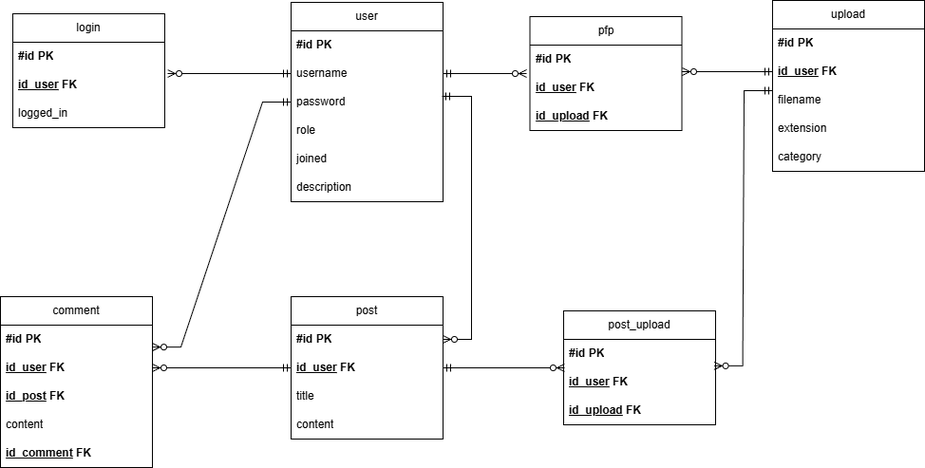
Earlier version of the draw.io export app/backend/db/ER_Diagram.png (BasilGolightly/RPO-App-TopSkupina). Source tidied: cells renumbered, new cells last; positions are measured from the earlier drawing's top-left corner, leaving out a move shared by most shapes.
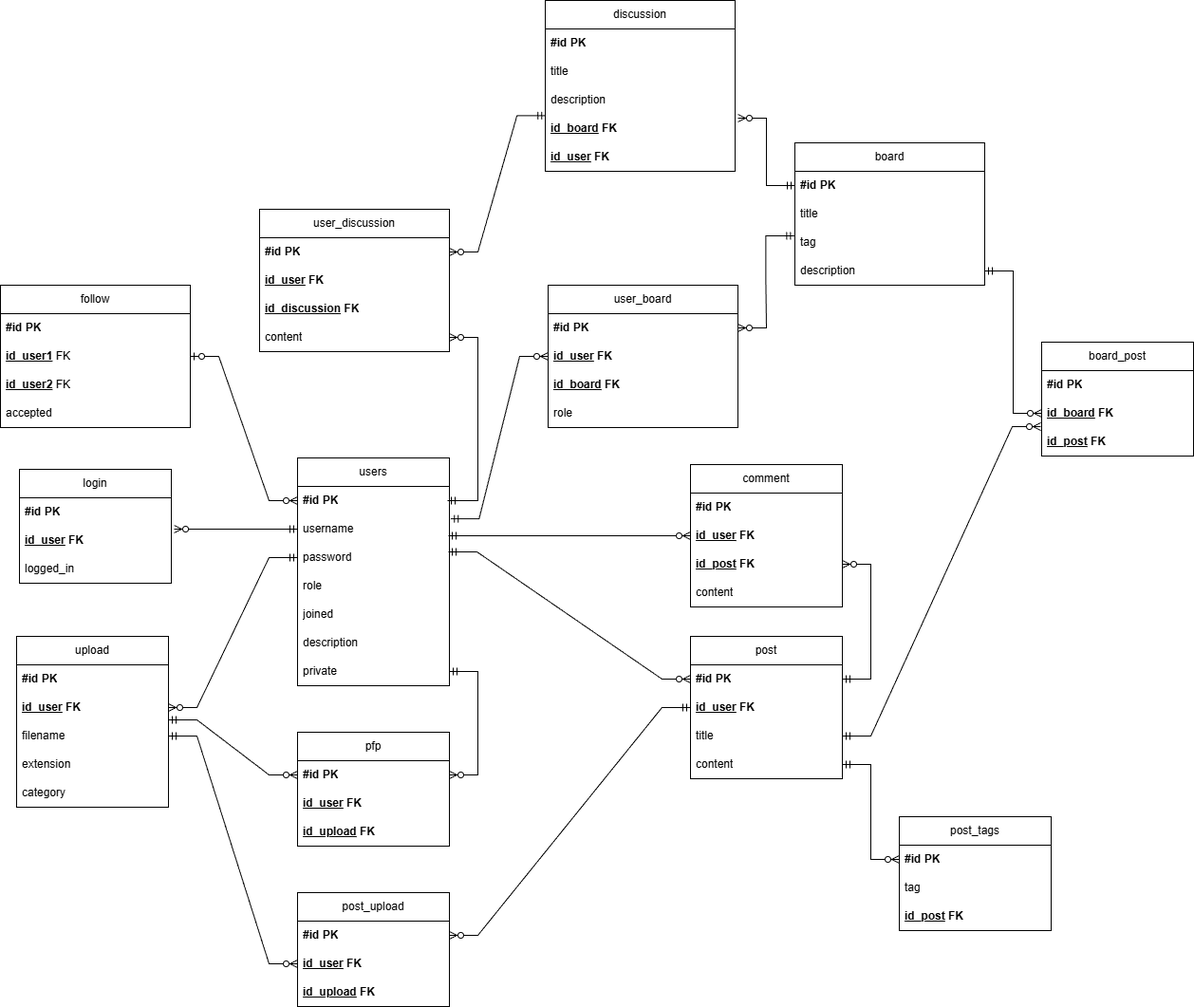
The same file after the commit.

Commit message:
Nov ER diagram, SQL skripta

What changed in the source:
```diff
@@ -4,4 +4,4 @@
     <mxCell id="1" parent="0" />
-    <mxCell id="2" value="user" style="swimlane;fontStyle=0;horizontal=1;startSize=30;whiteSpace=wrap;html=1;" parent="1" vertex="1">
-      <mxGeometry x="306" y="2" width="160" height="210" as="geometry" />
+    <mxCell id="2" value="users" style="swimlane;fontStyle=0;horizontal=1;startSize=30;whiteSpace=wrap;html=1;" parent="1" vertex="1">
+      <mxGeometry x="309" y="324" width="160" height="240" as="geometry" />
     </mxCell>
@@ -25,4 +25,7 @@
     </mxCell>
+    <mxCell id="46" value="private" style="text;strokeColor=none;fillColor=none;align=left;verticalAlign=middle;spacingLeft=4;spacingRight=4;overflow=hidden;points=[[0,0.5],[1,0.5]];portConstraint=eastwest;whiteSpace=wrap;html=1;" parent="2" vertex="1">
+      <mxGeometry y="210" width="160" height="30" as="geometry" />
+    </mxCell>
     <mxCell id="9" value="login" style="swimlane;fontStyle=0;horizontal=1;startSize=30;whiteSpace=wrap;html=1;" parent="1" vertex="1">
-      <mxGeometry x="13" y="14" width="160" height="120" as="geometry" />
+      <mxGeometry x="16" y="336" width="160" height="120" as="geometry" />
     </mxCell>
@@ -38,3 +41,3 @@
     <mxCell id="13" value="upload" style="swimlane;fontStyle=0;horizontal=1;startSize=30;whiteSpace=wrap;html=1;" parent="1" vertex="1">
-      <mxGeometry x="813" width="160" height="180" as="geometry" />
+      <mxGeometry x="13" y="512" width="160" height="180" as="geometry" />
     </mxCell>
@@ -56,3 +59,3 @@
     <mxCell id="19" value="post" style="swimlane;fontStyle=0;horizontal=1;startSize=30;whiteSpace=wrap;html=1;" parent="1" vertex="1">
-      <mxGeometry x="306" y="312" width="160" height="150" as="geometry" />
+      <mxGeometry x="723" y="512" width="160" height="150" as="geometry" />
     </mxCell>
@@ -74,3 +77,3 @@
     <mxCell id="25" value="post_upload" style="swimlane;fontStyle=0;horizontal=1;startSize=30;whiteSpace=wrap;html=1;" parent="1" vertex="1">
-      <mxGeometry x="593" y="327" width="160" height="120" as="geometry" />
+      <mxGeometry x="309" y="782" width="160" height="120" as="geometry" />
     </mxCell>
@@ -85,10 +88,4 @@
     </mxCell>
-    <mxCell id="29" style="edgeStyle=entityRelationEdgeStyle;fontSize=12;html=1;endArrow=ERzeroToMany;startArrow=ERmandOne;rounded=0;exitX=1;exitY=0.5;exitDx=0;exitDy=0;entryX=0.006;entryY=0;entryDx=0;entryDy=0;entryPerimeter=0;" parent="1" edge="1" source="21" target="27">
-      <mxGeometry relative="1" as="geometry" />
-    </mxCell>
-    <mxCell id="30" style="edgeStyle=entityRelationEdgeStyle;fontSize=12;html=1;endArrow=ERzeroToMany;startArrow=ERmandOne;rounded=0;exitX=0;exitY=0.167;exitDx=0;exitDy=0;entryX=0.991;entryY=-0.069;entryDx=0;entryDy=0;entryPerimeter=0;exitPerimeter=0;" parent="1" edge="1" source="16" target="27">
-      <mxGeometry relative="1" as="geometry" />
-    </mxCell>
     <mxCell id="31" value="comment" style="swimlane;fontStyle=0;horizontal=1;startSize=30;whiteSpace=wrap;html=1;" parent="1" vertex="1">
-      <mxGeometry y="312" width="160" height="180" as="geometry" />
+      <mxGeometry x="723" y="331" width="160" height="150" as="geometry" />
     </mxCell>
@@ -106,11 +103,2 @@
     </mxCell>
-    <mxCell id="36" value="&lt;b&gt;&lt;u&gt;id_comment&lt;/u&gt; FK&lt;/b&gt;" style="text;strokeColor=none;fillColor=none;align=left;verticalAlign=middle;spacingLeft=4;spacingRight=4;overflow=hidden;whiteSpace=wrap;html=1;" parent="31" vertex="1">
-      <mxGeometry y="150" width="160" height="30" as="geometry" />
-    </mxCell>
-    <mxCell id="37" style="edgeStyle=entityRelationEdgeStyle;fontSize=12;html=1;endArrow=ERzeroToMany;startArrow=ERmandOne;rounded=0;exitX=0;exitY=0.5;exitDx=0;exitDy=0;entryX=1;entryY=0.5;entryDx=0;entryDy=0;" parent="1" edge="1" source="21" target="33">
-      <mxGeometry relative="1" as="geometry" />
-    </mxCell>
-    <mxCell id="38" style="edgeStyle=entityRelationEdgeStyle;fontSize=12;html=1;endArrow=ERzeroToMany;startArrow=ERmandOne;rounded=0;exitX=0;exitY=0.5;exitDx=0;exitDy=0;entryX=1;entryY=0.771;entryDx=0;entryDy=0;entryPerimeter=0;" parent="1" edge="1" source="5" target="32">
-      <mxGeometry relative="1" as="geometry" />
-    </mxCell>
     <mxCell id="39" style="edgeStyle=entityRelationEdgeStyle;fontSize=12;html=1;endArrow=ERzeroToMany;startArrow=ERmandOne;rounded=0;exitX=0;exitY=0.5;exitDx=0;exitDy=0;entryX=1.019;entryY=0.1;entryDx=0;entryDy=0;entryPerimeter=0;" parent="1" edge="1" source="4" target="11">
@@ -119,3 +107,3 @@
     <mxCell id="40" value="pfp" style="swimlane;fontStyle=0;horizontal=1;startSize=30;whiteSpace=wrap;html=1;" parent="1" vertex="1">
-      <mxGeometry x="557.5" y="17" width="160" height="120" as="geometry" />
+      <mxGeometry x="309" y="613" width="160" height="120" as="geometry" />
     </mxCell>
@@ -130,8 +118,156 @@
     </mxCell>
-    <mxCell id="44" style="edgeStyle=entityRelationEdgeStyle;fontSize=12;html=1;endArrow=ERzeroToMany;startArrow=ERmandOne;rounded=0;exitX=1;exitY=0.5;exitDx=0;exitDy=0;entryX=-0.022;entryY=0;entryDx=0;entryDy=0;entryPerimeter=0;" parent="1" edge="1" source="4" target="42">
-      <mxGeometry relative="1" as="geometry" />
-    </mxCell>
-    <mxCell id="45" style="edgeStyle=entityRelationEdgeStyle;fontSize=12;html=1;endArrow=ERzeroToMany;startArrow=ERmandOne;rounded=0;exitX=0;exitY=0.5;exitDx=0;exitDy=0;entryX=1.003;entryY=-0.067;entryDx=0;entryDy=0;entryPerimeter=0;" parent="1" edge="1" source="15" target="42">
-      <mxGeometry relative="1" as="geometry" />
-    </mxCell>
+    <mxCell id="47" value="follow" style="swimlane;fontStyle=0;horizontal=1;startSize=30;whiteSpace=wrap;html=1;" parent="1" vertex="1">
+      <mxGeometry x="-4" y="142" width="200" height="150" as="geometry" />
+    </mxCell>
+    <mxCell id="48" value="&lt;b&gt;#id PK&lt;/b&gt;" style="text;strokeColor=none;fillColor=none;align=left;verticalAlign=middle;spacingLeft=4;spacingRight=4;overflow=hidden;whiteSpace=wrap;html=1;" parent="47" vertex="1">
+      <mxGeometry y="30" width="200" height="30" as="geometry" />
+    </mxCell>
+    <mxCell id="49" value="&lt;b style=&quot;text-decoration-line: underline;&quot;&gt;id_user1&lt;/b&gt;&amp;nbsp;FK" style="text;strokeColor=none;fillColor=none;align=left;verticalAlign=middle;spacingLeft=4;spacingRight=4;overflow=hidden;points=[[0,0.5],[1,0.5]];portConstraint=eastwest;whiteSpace=wrap;html=1;" parent="47" vertex="1">
+      <mxGeometry y="60" width="200" height="30" as="geometry" />
+    </mxCell>
+    <mxCell id="50" value="&lt;div&gt;&lt;b style=&quot;text-decoration-line: underline;&quot;&gt;id_user2&lt;/b&gt;&amp;nbsp;FK&lt;/div&gt;" style="text;strokeColor=none;fillColor=none;align=left;verticalAlign=middle;spacingLeft=4;spacingRight=4;overflow=hidden;whiteSpace=wrap;html=1;" parent="47" vertex="1">
+      <mxGeometry y="90" width="200" height="30" as="geometry" />
+    </mxCell>
+    <mxCell id="51" value="&lt;div&gt;accepted&lt;/div&gt;" style="text;strokeColor=none;fillColor=none;align=left;verticalAlign=middle;spacingLeft=4;spacingRight=4;overflow=hidden;whiteSpace=wrap;html=1;" parent="47" vertex="1">
+      <mxGeometry y="120" width="200" height="30" as="geometry" />
+    </mxCell>
+    <mxCell id="52" style="edgeStyle=entityRelationEdgeStyle;fontSize=12;html=1;endArrow=ERzeroToMany;startArrow=ERzeroToOne;rounded=0;entryX=0;entryY=0.5;entryDx=0;entryDy=0;exitX=1;exitY=0.5;exitDx=0;exitDy=0;" parent="1" edge="1" source="49" target="3">
+      <mxGeometry relative="1" as="geometry" />
+    </mxCell>
+    <mxCell id="53" value="board" style="swimlane;fontStyle=0;horizontal=1;startSize=30;whiteSpace=wrap;html=1;" parent="1" vertex="1">
+      <mxGeometry x="833" y="-8" width="200" height="150" as="geometry" />
+    </mxCell>
+    <mxCell id="54" value="&lt;b&gt;#id PK&lt;/b&gt;" style="text;strokeColor=none;fillColor=none;align=left;verticalAlign=middle;spacingLeft=4;spacingRight=4;overflow=hidden;points=[[0,0.5],[1,0.5]];portConstraint=eastwest;whiteSpace=wrap;html=1;" parent="53" vertex="1">
+      <mxGeometry y="30" width="200" height="30" as="geometry" />
+    </mxCell>
+    <mxCell id="55" value="title" style="text;strokeColor=none;fillColor=none;align=left;verticalAlign=middle;spacingLeft=4;spacingRight=4;overflow=hidden;whiteSpace=wrap;html=1;" parent="53" vertex="1">
+      <mxGeometry y="60" width="200" height="30" as="geometry" />
+    </mxCell>
+    <mxCell id="56" value="tag" style="text;strokeColor=none;fillColor=none;align=left;verticalAlign=middle;spacingLeft=4;spacingRight=4;overflow=hidden;points=[[0,0.5],[1,0.5]];portConstraint=eastwest;whiteSpace=wrap;html=1;" parent="53" vertex="1">
+      <mxGeometry y="90" width="200" height="30" as="geometry" />
+    </mxCell>
+    <mxCell id="57" value="description" style="text;strokeColor=none;fillColor=none;align=left;verticalAlign=middle;spacingLeft=4;spacingRight=4;overflow=hidden;points=[[0,0.5],[1,0.5]];portConstraint=eastwest;whiteSpace=wrap;html=1;" parent="53" vertex="1">
+      <mxGeometry y="120" width="200" height="30" as="geometry" />
+    </mxCell>
+    <mxCell id="58" style="edgeStyle=entityRelationEdgeStyle;fontSize=12;html=1;endArrow=ERzeroToMany;startArrow=ERmandOne;rounded=0;entryX=1;entryY=0.5;entryDx=0;entryDy=0;exitX=-0.003;exitY=0.267;exitDx=0;exitDy=0;exitPerimeter=0;" parent="1" edge="1" source="56" target="79">
+      <mxGeometry relative="1" as="geometry" />
+    </mxCell>
+    <mxCell id="59" value="discussion" style="swimlane;fontStyle=0;horizontal=1;startSize=30;whiteSpace=wrap;html=1;" parent="1" vertex="1">
+      <mxGeometry x="570" y="-158" width="200" height="180" as="geometry" />
+    </mxCell>
+    <mxCell id="60" value="&lt;b&gt;#id PK&lt;/b&gt;" style="text;strokeColor=none;fillColor=none;align=left;verticalAlign=middle;spacingLeft=4;spacingRight=4;overflow=hidden;whiteSpace=wrap;html=1;" parent="59" vertex="1">
+      <mxGeometry y="30" width="200" height="30" as="geometry" />
+    </mxCell>
+    <mxCell id="61" value="title" style="text;strokeColor=none;fillColor=none;align=left;verticalAlign=middle;spacingLeft=4;spacingRight=4;overflow=hidden;whiteSpace=wrap;html=1;" parent="59" vertex="1">
+      <mxGeometry y="60" width="200" height="30" as="geometry" />
+    </mxCell>
+    <mxCell id="62" value="description" style="text;strokeColor=none;fillColor=none;align=left;verticalAlign=middle;spacingLeft=4;spacingRight=4;overflow=hidden;whiteSpace=wrap;html=1;" parent="59" vertex="1">
+      <mxGeometry y="90" width="200" height="30" as="geometry" />
+    </mxCell>
+    <mxCell id="63" value="&lt;div&gt;&lt;u style=&quot;font-weight: bold;&quot;&gt;id_board&lt;/u&gt;&lt;span style=&quot;font-weight: bold;&quot;&gt;&amp;nbsp;FK&lt;/span&gt;&lt;/div&gt;" style="text;strokeColor=none;fillColor=none;align=left;verticalAlign=middle;spacingLeft=4;spacingRight=4;overflow=hidden;points=[[0,0.5],[1,0.5]];portConstraint=eastwest;whiteSpace=wrap;html=1;" parent="59" vertex="1">
+      <mxGeometry y="120" width="200" height="30" as="geometry" />
+    </mxCell>
+    <mxCell id="64" value="&lt;div&gt;&lt;u style=&quot;font-weight: bold;&quot;&gt;id_user&lt;/u&gt;&lt;span style=&quot;font-weight: bold;&quot;&gt;&amp;nbsp;FK&lt;/span&gt;&lt;/div&gt;" style="text;strokeColor=none;fillColor=none;align=left;verticalAlign=middle;spacingLeft=4;spacingRight=4;overflow=hidden;whiteSpace=wrap;html=1;" parent="59" vertex="1">
+      <mxGeometry y="150" width="200" height="30" as="geometry" />
+    </mxCell>
+    <mxCell id="65" style="edgeStyle=entityRelationEdgeStyle;fontSize=12;html=1;endArrow=ERzeroToMany;startArrow=ERmandOne;rounded=0;exitX=0;exitY=0.5;exitDx=0;exitDy=0;entryX=1;entryY=0.5;entryDx=0;entryDy=0;" parent="1" edge="1" source="5" target="15">
+      <mxGeometry relative="1" as="geometry" />
+    </mxCell>
+    <mxCell id="66" style="edgeStyle=entityRelationEdgeStyle;fontSize=12;html=1;endArrow=ERzeroToMany;startArrow=ERmandOne;rounded=0;entryX=1;entryY=0.5;entryDx=0;entryDy=0;exitX=1;exitY=0.5;exitDx=0;exitDy=0;" parent="1" edge="1" source="46" target="41">
+      <mxGeometry relative="1" as="geometry" />
+    </mxCell>
+    <mxCell id="67" style="edgeStyle=entityRelationEdgeStyle;fontSize=12;html=1;endArrow=ERzeroToMany;startArrow=ERmandOne;rounded=0;entryX=0;entryY=0.5;entryDx=0;entryDy=0;" parent="1" edge="1" target="41">
+      <mxGeometry relative="1" as="geometry">
+        <mxPoint x="173" y="600" as="sourcePoint" />
+      </mxGeometry>
+    </mxCell>
+    <mxCell id="68" style="edgeStyle=entityRelationEdgeStyle;fontSize=12;html=1;endArrow=ERzeroToMany;startArrow=ERmandOne;rounded=0;entryX=1;entryY=0.5;entryDx=0;entryDy=0;exitX=0;exitY=0.5;exitDx=0;exitDy=0;" parent="1" edge="1" source="21" target="26">
+      <mxGeometry relative="1" as="geometry" />
+    </mxCell>
+    <mxCell id="30" style="edgeStyle=entityRelationEdgeStyle;fontSize=12;html=1;endArrow=ERzeroToMany;startArrow=ERmandOne;rounded=0;entryX=0;entryY=0.5;entryDx=0;entryDy=0;exitX=1;exitY=0.5;exitDx=0;exitDy=0;" parent="1" edge="1" source="16" target="27">
+      <mxGeometry relative="1" as="geometry" />
+    </mxCell>
+    <mxCell id="69" style="edgeStyle=entityRelationEdgeStyle;fontSize=12;html=1;endArrow=ERzeroToMany;startArrow=ERmandOne;rounded=0;entryX=1;entryY=0.5;entryDx=0;entryDy=0;exitX=1;exitY=0.5;exitDx=0;exitDy=0;" parent="1" edge="1" source="20" target="34">
+      <mxGeometry relative="1" as="geometry" />
+    </mxCell>
+    <mxCell id="70" style="edgeStyle=entityRelationEdgeStyle;fontSize=12;html=1;endArrow=ERzeroToMany;startArrow=ERmandOne;rounded=0;exitX=0.994;exitY=0.733;exitDx=0;exitDy=0;exitPerimeter=0;entryX=0;entryY=0.5;entryDx=0;entryDy=0;" parent="1" edge="1" source="4" target="33">
+      <mxGeometry relative="1" as="geometry" />
+    </mxCell>
+    <mxCell id="71" value="board_post" style="swimlane;fontStyle=0;horizontal=1;startSize=30;whiteSpace=wrap;html=1;" parent="1" vertex="1">
+      <mxGeometry x="1093" y="202" width="160" height="120" as="geometry" />
+    </mxCell>
+    <mxCell id="72" value="&lt;b&gt;#id PK&lt;/b&gt;" style="text;strokeColor=none;fillColor=none;align=left;verticalAlign=middle;spacingLeft=4;spacingRight=4;overflow=hidden;whiteSpace=wrap;html=1;" parent="71" vertex="1">
+      <mxGeometry y="30" width="160" height="30" as="geometry" />
+    </mxCell>
+    <mxCell id="73" value="&lt;b&gt;&lt;u&gt;id_board&lt;/u&gt; FK&lt;/b&gt;" style="text;strokeColor=none;fillColor=none;align=left;verticalAlign=middle;spacingLeft=4;spacingRight=4;overflow=hidden;points=[[0,0.5],[1,0.5]];portConstraint=eastwest;whiteSpace=wrap;html=1;" parent="71" vertex="1">
+      <mxGeometry y="60" width="160" height="30" as="geometry" />
+    </mxCell>
+    <mxCell id="74" value="&lt;b&gt;&lt;u&gt;id_post&lt;/u&gt;&amp;nbsp;FK&lt;/b&gt;" style="text;strokeColor=none;fillColor=none;align=left;verticalAlign=middle;spacingLeft=4;spacingRight=4;overflow=hidden;whiteSpace=wrap;html=1;" parent="71" vertex="1">
+      <mxGeometry y="90" width="160" height="30" as="geometry" />
+    </mxCell>
+    <mxCell id="75" style="edgeStyle=entityRelationEdgeStyle;fontSize=12;html=1;endArrow=ERzeroToMany;startArrow=ERmandOne;rounded=0;exitX=0;exitY=0.5;exitDx=0;exitDy=0;entryX=1.015;entryY=0.133;entryDx=0;entryDy=0;entryPerimeter=0;" parent="1" edge="1" source="54" target="63">
+      <mxGeometry relative="1" as="geometry" />
+    </mxCell>
+    <mxCell id="76" style="edgeStyle=entityRelationEdgeStyle;fontSize=12;html=1;endArrow=ERzeroToMany;startArrow=ERmandOne;rounded=0;exitX=1;exitY=0.5;exitDx=0;exitDy=0;entryX=-0.006;entryY=0.967;entryDx=0;entryDy=0;entryPerimeter=0;" parent="1" edge="1" source="22" target="73">
+      <mxGeometry relative="1" as="geometry" />
+    </mxCell>
+    <mxCell id="77" style="edgeStyle=entityRelationEdgeStyle;fontSize=12;html=1;endArrow=ERzeroToMany;startArrow=ERmandOne;rounded=0;exitX=1;exitY=0.5;exitDx=0;exitDy=0;entryX=0;entryY=0.5;entryDx=0;entryDy=0;" parent="1" edge="1" source="57" target="73">
+      <mxGeometry relative="1" as="geometry" />
+    </mxCell>
+    <mxCell id="78" value="user_board" style="swimlane;fontStyle=0;horizontal=1;startSize=30;whiteSpace=wrap;html=1;" parent="1" vertex="1">
+      <mxGeometry x="573" y="142" width="200" height="150" as="geometry" />
+    </mxCell>
+    <mxCell id="79" value="&lt;b&gt;#id PK&lt;/b&gt;" style="text;strokeColor=none;fillColor=none;align=left;verticalAlign=middle;spacingLeft=4;spacingRight=4;overflow=hidden;points=[[0,0.5],[1,0.5]];portConstraint=eastwest;whiteSpace=wrap;html=1;" parent="78" vertex="1">
+      <mxGeometry y="30" width="200" height="30" as="geometry" />
+    </mxCell>
+    <mxCell id="80" value="&lt;div&gt;&lt;u style=&quot;font-weight: bold;&quot;&gt;id_user&lt;/u&gt;&lt;span style=&quot;font-weight: bold;&quot;&gt;&amp;nbsp;FK&lt;/span&gt;&lt;/div&gt;" style="text;strokeColor=none;fillColor=none;align=left;verticalAlign=middle;spacingLeft=4;spacingRight=4;overflow=hidden;points=[[0,0.5],[1,0.5]];portConstraint=eastwest;whiteSpace=wrap;html=1;" parent="78" vertex="1">
+      <mxGeometry y="60" width="200" height="30" as="geometry" />
+    </mxCell>
+    <mxCell id="81" value="&lt;b&gt;&lt;u&gt;id_board&lt;/u&gt; FK&lt;/b&gt;" style="text;strokeColor=none;fillColor=none;align=left;verticalAlign=middle;spacingLeft=4;spacingRight=4;overflow=hidden;whiteSpace=wrap;html=1;" parent="78" vertex="1">
+      <mxGeometry y="90" width="200" height="30" as="geometry" />
+    </mxCell>
+    <mxCell id="82" value="&lt;div&gt;role&lt;/div&gt;" style="text;strokeColor=none;fillColor=none;align=left;verticalAlign=middle;spacingLeft=4;spacingRight=4;overflow=hidden;whiteSpace=wrap;html=1;" parent="78" vertex="1">
+      <mxGeometry y="120" width="200" height="30" as="geometry" />
+    </mxCell>
+    <mxCell id="83" style="edgeStyle=entityRelationEdgeStyle;fontSize=12;html=1;endArrow=ERzeroToMany;startArrow=ERmandOne;rounded=0;exitX=1.008;exitY=0.137;exitDx=0;exitDy=0;entryX=0;entryY=0.5;entryDx=0;entryDy=0;exitPerimeter=0;" parent="1" edge="1" source="4" target="80">
+      <mxGeometry relative="1" as="geometry" />
+    </mxCell>
+    <mxCell id="84" value="user_discussion" style="swimlane;fontStyle=0;horizontal=1;startSize=30;whiteSpace=wrap;html=1;" parent="1" vertex="1">
+      <mxGeometry x="269" y="62" width="200" height="150" as="geometry" />
+    </mxCell>
+    <mxCell id="85" value="&lt;b&gt;#id PK&lt;/b&gt;" style="text;strokeColor=none;fillColor=none;align=left;verticalAlign=middle;spacingLeft=4;spacingRight=4;overflow=hidden;points=[[0,0.5],[1,0.5]];portConstraint=eastwest;whiteSpace=wrap;html=1;" parent="84" vertex="1">
+      <mxGeometry y="30" width="200" height="30" as="geometry" />
+    </mxCell>
+    <mxCell id="86" value="&lt;div&gt;&lt;u style=&quot;font-weight: bold;&quot;&gt;id_user&lt;/u&gt;&lt;span style=&quot;font-weight: bold;&quot;&gt;&amp;nbsp;FK&lt;/span&gt;&lt;/div&gt;" style="text;strokeColor=none;fillColor=none;align=left;verticalAlign=middle;spacingLeft=4;spacingRight=4;overflow=hidden;whiteSpace=wrap;html=1;" parent="84" vertex="1">
+      <mxGeometry y="60" width="200" height="30" as="geometry" />
+    </mxCell>
+    <mxCell id="87" value="&lt;b&gt;&lt;u&gt;id_discussion&lt;/u&gt; FK&lt;/b&gt;" style="text;strokeColor=none;fillColor=none;align=left;verticalAlign=middle;spacingLeft=4;spacingRight=4;overflow=hidden;whiteSpace=wrap;html=1;" parent="84" vertex="1">
+      <mxGeometry y="90" width="200" height="30" as="geometry" />
+    </mxCell>
+    <mxCell id="88" value="&lt;div&gt;content&lt;/div&gt;" style="text;strokeColor=none;fillColor=none;align=left;verticalAlign=middle;spacingLeft=4;spacingRight=4;overflow=hidden;points=[[0,0.5],[1,0.5]];portConstraint=eastwest;whiteSpace=wrap;html=1;" parent="84" vertex="1">
+      <mxGeometry y="120" width="200" height="30" as="geometry" />
+    </mxCell>
+    <mxCell id="89" style="edgeStyle=entityRelationEdgeStyle;fontSize=12;html=1;endArrow=ERzeroToMany;startArrow=ERmandOne;rounded=0;exitX=1;exitY=0.5;exitDx=0;exitDy=0;" parent="1" edge="1" target="88">
+      <mxGeometry relative="1" as="geometry">
+        <mxPoint x="467" y="369" as="sourcePoint" />
+      </mxGeometry>
+    </mxCell>
+    <mxCell id="90" style="edgeStyle=entityRelationEdgeStyle;fontSize=12;html=1;endArrow=ERzeroToMany;startArrow=ERmandOne;rounded=0;exitX=0.001;exitY=0.047;exitDx=0;exitDy=0;entryX=1;entryY=0.5;entryDx=0;entryDy=0;exitPerimeter=0;" parent="1" edge="1" source="63" target="85">
+      <mxGeometry relative="1" as="geometry" />
+    </mxCell>
+    <mxCell id="91" value="post_tags" style="swimlane;fontStyle=0;horizontal=1;startSize=30;whiteSpace=wrap;html=1;" parent="1" vertex="1">
+      <mxGeometry x="943" y="702" width="160" height="120" as="geometry" />
+    </mxCell>
+    <mxCell id="92" value="&lt;b&gt;#id PK&lt;/b&gt;" style="text;strokeColor=none;fillColor=none;align=left;verticalAlign=middle;spacingLeft=4;spacingRight=4;overflow=hidden;points=[[0,0.5],[1,0.5]];portConstraint=eastwest;whiteSpace=wrap;html=1;" parent="91" vertex="1">
+      <mxGeometry y="30" width="160" height="30" as="geometry" />
+    </mxCell>
+    <mxCell id="93" value="tag" style="text;strokeColor=none;fillColor=none;align=left;verticalAlign=middle;spacingLeft=4;spacingRight=4;overflow=hidden;whiteSpace=wrap;html=1;" parent="91" vertex="1">
+      <mxGeometry y="60" width="160" height="30" as="geometry" />
+    </mxCell>
+    <mxCell id="94" value="&lt;div&gt;&lt;b&gt;&lt;u&gt;id_post&lt;/u&gt;&amp;nbsp;FK&lt;/b&gt;&lt;/div&gt;" style="text;strokeColor=none;fillColor=none;align=left;verticalAlign=middle;spacingLeft=4;spacingRight=4;overflow=hidden;whiteSpace=wrap;html=1;" parent="91" vertex="1">
+      <mxGeometry y="90" width="160" height="30" as="geometry" />
+    </mxCell>
+    <mxCell id="95" style="edgeStyle=entityRelationEdgeStyle;fontSize=12;html=1;endArrow=ERzeroToMany;startArrow=ERmandOne;rounded=0;exitX=1;exitY=0.5;exitDx=0;exitDy=0;entryX=0;entryY=0.5;entryDx=0;entryDy=0;" parent="1" edge="1" source="23" target="92">
+      <mxGeometry relative="1" as="geometry" />
+    </mxCell>
   </root>
```
